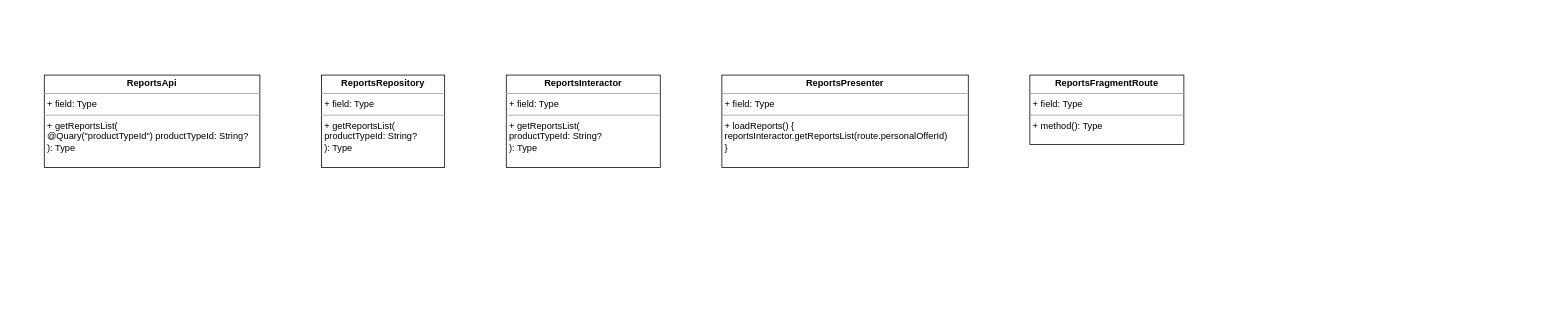
ShiryaevNikolay/diagrams keeps this draw.io diagram as UNI-14778.drawio. Above is the earlier version. Source tidied: cells renumbered, new cells numbered last; positions are measured from the earlier drawing's top-left corner, leaving out a move shared by most shapes. Both pictures are drawn from the tidied source at 77%, with x=0, y=0 at pixel (44, 75).
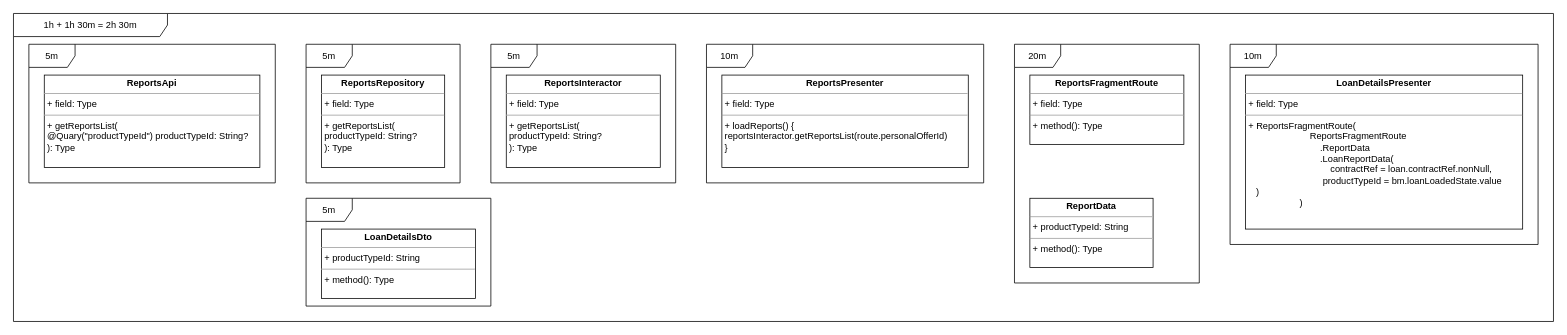
Above is the later version.

Diff of the diagram source:
```diff
@@
 <mxGraphModel>
   <root>
     <mxCell id="0" />
     <mxCell id="1" parent="0" />
     <mxCell id="2" value="&lt;p style=&quot;margin: 0px ; margin-top: 4px ; text-align: center&quot;&gt;&lt;b&gt;ReportsApi&lt;/b&gt;&lt;/p&gt;&lt;hr size=&quot;1&quot;&gt;&lt;p style=&quot;margin: 0px ; margin-left: 4px&quot;&gt;+ field: Type&lt;/p&gt;&lt;hr size=&quot;1&quot;&gt;&lt;p style=&quot;margin: 0px ; margin-left: 4px&quot;&gt;+ getReportsList(&lt;/p&gt;&lt;p style=&quot;margin: 0px ; margin-left: 4px&quot;&gt;@Quary(&quot;productTypeId&quot;) productTypeId: String?&lt;br&gt;&lt;/p&gt;&lt;p style=&quot;margin: 0px ; margin-left: 4px&quot;&gt;): Type&lt;/p&gt;" style="verticalAlign=top;align=left;overflow=fill;fontSize=12;fontFamily=Helvetica;html=1;" parent="1" vertex="1">
       <mxGeometry width="280" height="120" as="geometry" />
     </mxCell>
     <mxCell id="3" value="&lt;p style=&quot;margin: 0px ; margin-top: 4px ; text-align: center&quot;&gt;&lt;b&gt;ReportsRepository&lt;/b&gt;&lt;/p&gt;&lt;hr size=&quot;1&quot;&gt;&lt;p style=&quot;margin: 0px ; margin-left: 4px&quot;&gt;+ field: Type&lt;/p&gt;&lt;hr size=&quot;1&quot;&gt;&lt;p style=&quot;margin: 0px ; margin-left: 4px&quot;&gt;+ getReportsList(&lt;/p&gt;&lt;p style=&quot;margin: 0px ; margin-left: 4px&quot;&gt;productTypeId: String?&lt;br&gt;&lt;/p&gt;&lt;p style=&quot;margin: 0px ; margin-left: 4px&quot;&gt;): Type&lt;/p&gt;" style="verticalAlign=top;align=left;overflow=fill;fontSize=12;fontFamily=Helvetica;html=1;" parent="1" vertex="1">
       <mxGeometry x="360" width="160" height="120" as="geometry" />
     </mxCell>
     <mxCell id="4" value="&lt;p style=&quot;margin: 0px ; margin-top: 4px ; text-align: center&quot;&gt;&lt;b&gt;ReportsInteractor&lt;/b&gt;&lt;/p&gt;&lt;hr size=&quot;1&quot;&gt;&lt;p style=&quot;margin: 0px ; margin-left: 4px&quot;&gt;+ field: Type&lt;/p&gt;&lt;hr size=&quot;1&quot;&gt;&lt;p style=&quot;margin: 0px ; margin-left: 4px&quot;&gt;+ getReportsList(&lt;/p&gt;&lt;p style=&quot;margin: 0px ; margin-left: 4px&quot;&gt;productTypeId: String?&lt;br&gt;&lt;/p&gt;&lt;p style=&quot;margin: 0px ; margin-left: 4px&quot;&gt;): Type&lt;/p&gt;" style="verticalAlign=top;align=left;overflow=fill;fontSize=12;fontFamily=Helvetica;html=1;" parent="1" vertex="1">
       <mxGeometry x="600" width="200" height="120" as="geometry" />
     </mxCell>
     <mxCell id="5" value="&lt;p style=&quot;margin: 0px ; margin-top: 4px ; text-align: center&quot;&gt;&lt;b&gt;ReportsPresenter&lt;/b&gt;&lt;/p&gt;&lt;hr size=&quot;1&quot;&gt;&lt;p style=&quot;margin: 0px ; margin-left: 4px&quot;&gt;+ field: Type&lt;/p&gt;&lt;hr size=&quot;1&quot;&gt;&lt;p style=&quot;margin: 0px ; margin-left: 4px&quot;&gt;+ loadReports() {&lt;/p&gt;&lt;p style=&quot;margin: 0px ; margin-left: 4px&quot;&gt;reportsInteractor.getReportsList(route.personalOfferId)&lt;br&gt;&lt;/p&gt;&lt;p style=&quot;margin: 0px ; margin-left: 4px&quot;&gt;}&lt;br&gt;&lt;/p&gt;" style="verticalAlign=top;align=left;overflow=fill;fontSize=12;fontFamily=Helvetica;html=1;" parent="1" vertex="1">
       <mxGeometry x="880" width="320" height="120" as="geometry" />
     </mxCell>
     <mxCell id="6" value="&lt;p style=&quot;margin: 0px ; margin-top: 4px ; text-align: center&quot;&gt;&lt;b&gt;ReportsFragmentRoute&lt;/b&gt;&lt;/p&gt;&lt;hr size=&quot;1&quot;&gt;&lt;p style=&quot;margin: 0px ; margin-left: 4px&quot;&gt;+ field: Type&lt;/p&gt;&lt;hr size=&quot;1&quot;&gt;&lt;p style=&quot;margin: 0px ; margin-left: 4px&quot;&gt;+ method(): Type&lt;/p&gt;" style="verticalAlign=top;align=left;overflow=fill;fontSize=12;fontFamily=Helvetica;html=1;" parent="1" vertex="1">
       <mxGeometry x="1280" width="200" height="90" as="geometry" />
     </mxCell>
+    <mxCell id="7" value="&lt;p style=&quot;margin: 0px ; margin-top: 4px ; text-align: center&quot;&gt;&lt;b&gt;LoanDetailsDto&lt;/b&gt;&lt;/p&gt;&lt;hr size=&quot;1&quot;&gt;&lt;p style=&quot;margin: 0px ; margin-left: 4px&quot;&gt;+ productTypeId: String&lt;/p&gt;&lt;hr size=&quot;1&quot;&gt;&lt;p style=&quot;margin: 0px ; margin-left: 4px&quot;&gt;+ method(): Type&lt;/p&gt;" style="verticalAlign=top;align=left;overflow=fill;fontSize=12;fontFamily=Helvetica;html=1;" parent="1" vertex="1">
+      <mxGeometry x="360" y="200" width="200" height="90" as="geometry" />
+    </mxCell>
+    <mxCell id="8" value="&lt;p style=&quot;margin: 0px ; margin-top: 4px ; text-align: center&quot;&gt;&lt;b&gt;ReportData&lt;/b&gt;&lt;/p&gt;&lt;hr size=&quot;1&quot;&gt;&lt;p style=&quot;margin: 0px ; margin-left: 4px&quot;&gt;+ productTypeId: String&lt;/p&gt;&lt;hr size=&quot;1&quot;&gt;&lt;p style=&quot;margin: 0px ; margin-left: 4px&quot;&gt;+ method(): Type&lt;/p&gt;" style="verticalAlign=top;align=left;overflow=fill;fontSize=12;fontFamily=Helvetica;html=1;" parent="1" vertex="1">
+      <mxGeometry x="1280" y="160" width="160" height="90" as="geometry" />
+    </mxCell>
+    <mxCell id="9" value="&lt;p style=&quot;margin: 0px ; margin-top: 4px ; text-align: center&quot;&gt;&lt;b&gt;LoanDetailsPresenter&lt;/b&gt;&lt;/p&gt;&lt;hr size=&quot;1&quot;&gt;&lt;p style=&quot;margin: 0px ; margin-left: 4px&quot;&gt;+ field: Type&lt;/p&gt;&lt;hr size=&quot;1&quot;&gt;&lt;p style=&quot;margin: 0px ; margin-left: 4px&quot;&gt;+ ReportsFragmentRoute(&lt;br&gt;&amp;nbsp;&amp;nbsp;&amp;nbsp;&amp;nbsp;&amp;nbsp;&amp;nbsp;&amp;nbsp;&amp;nbsp;&amp;nbsp;&amp;nbsp;&amp;nbsp;&amp;nbsp;&amp;nbsp;&amp;nbsp;&amp;nbsp;&amp;nbsp;&amp;nbsp;&amp;nbsp;&amp;nbsp;&amp;nbsp;&amp;nbsp;&amp;nbsp;&amp;nbsp; ReportsFragmentRoute&lt;br&gt;&amp;nbsp;&amp;nbsp;&amp;nbsp;&amp;nbsp;&amp;nbsp;&amp;nbsp;&amp;nbsp;&amp;nbsp;&amp;nbsp;&amp;nbsp;&amp;nbsp;&amp;nbsp;&amp;nbsp;&amp;nbsp;&amp;nbsp;&amp;nbsp;&amp;nbsp;&amp;nbsp;&amp;nbsp;&amp;nbsp;&amp;nbsp;&amp;nbsp;&amp;nbsp;&amp;nbsp;&amp;nbsp;&amp;nbsp;&amp;nbsp; .ReportData&lt;br&gt;&amp;nbsp;&amp;nbsp;&amp;nbsp;&amp;nbsp;&amp;nbsp;&amp;nbsp;&amp;nbsp;&amp;nbsp;&amp;nbsp;&amp;nbsp;&amp;nbsp;&amp;nbsp;&amp;nbsp;&amp;nbsp;&amp;nbsp;&amp;nbsp;&amp;nbsp;&amp;nbsp;&amp;nbsp;&amp;nbsp;&amp;nbsp;&amp;nbsp;&amp;nbsp;&amp;nbsp;&amp;nbsp;&amp;nbsp;&amp;nbsp; .LoanReportData(&lt;br&gt;&amp;nbsp;&amp;nbsp;&amp;nbsp;&amp;nbsp;&amp;nbsp;&amp;nbsp;&amp;nbsp;&amp;nbsp;&amp;nbsp;&amp;nbsp;&amp;nbsp;&amp;nbsp;&amp;nbsp;&amp;nbsp;&amp;nbsp;&amp;nbsp;&amp;nbsp;&amp;nbsp;&amp;nbsp;&amp;nbsp;&amp;nbsp;&amp;nbsp;&amp;nbsp;&amp;nbsp;&amp;nbsp;&amp;nbsp;&amp;nbsp;&amp;nbsp;&amp;nbsp;&amp;nbsp;&amp;nbsp; contractRef = loan.contractRef.nonNull,&lt;/p&gt;&lt;p style=&quot;margin: 0px ; margin-left: 4px&quot;&gt;&amp;nbsp;&amp;nbsp;&amp;nbsp;&amp;nbsp;&amp;nbsp;&amp;nbsp;&amp;nbsp;&amp;nbsp;&amp;nbsp;&amp;nbsp;&amp;nbsp;&amp;nbsp;&amp;nbsp;&amp;nbsp;&amp;nbsp;&amp;nbsp;&amp;nbsp;&amp;nbsp;&amp;nbsp;&amp;nbsp;&amp;nbsp;&amp;nbsp;&amp;nbsp;&amp;nbsp;&amp;nbsp;&amp;nbsp;&amp;nbsp; &lt;span&gt; &lt;span style=&quot;white-space: pre&quot;&gt; &lt;/span&gt;productTypeId = bm.loanLoadedState.value&lt;/span&gt;&lt;br&gt;&lt;/p&gt;&lt;p style=&quot;margin: 0px ; margin-left: 4px&quot;&gt;&lt;span&gt; &lt;/span&gt;&lt;span&gt; &lt;/span&gt;&lt;span&gt; &lt;/span&gt;&lt;span style=&quot;white-space: pre&quot;&gt; &lt;/span&gt;&lt;span style=&quot;white-space: pre&quot;&gt; &lt;/span&gt;&lt;span style=&quot;white-space: pre&quot;&gt; &lt;/span&gt;)&lt;br&gt;&amp;nbsp;&amp;nbsp;&amp;nbsp;&amp;nbsp;&amp;nbsp;&amp;nbsp;&amp;nbsp;&amp;nbsp;&amp;nbsp;&amp;nbsp;&amp;nbsp;&amp;nbsp;&amp;nbsp;&amp;nbsp;&amp;nbsp;&amp;nbsp;&amp;nbsp;&amp;nbsp;&amp;nbsp; )&lt;/p&gt;" style="verticalAlign=top;align=left;overflow=fill;fontSize=12;fontFamily=Helvetica;html=1;" parent="1" vertex="1">
+      <mxGeometry x="1560" width="360" height="200" as="geometry" />
+    </mxCell>
+    <mxCell id="10" value="5m" style="shape=umlFrame;whiteSpace=wrap;html=1;" parent="1" vertex="1">
+      <mxGeometry x="-20" y="-40" width="320" height="180" as="geometry" />
+    </mxCell>
+    <mxCell id="11" value="5m" style="shape=umlFrame;whiteSpace=wrap;html=1;" parent="1" vertex="1">
+      <mxGeometry x="340" y="160" width="240" height="140" as="geometry" />
+    </mxCell>
+    <mxCell id="12" value="5m" style="shape=umlFrame;whiteSpace=wrap;html=1;" parent="1" vertex="1">
+      <mxGeometry x="340" y="-40" width="200" height="180" as="geometry" />
+    </mxCell>
+    <mxCell id="13" value="5m" style="shape=umlFrame;whiteSpace=wrap;html=1;" parent="1" vertex="1">
+      <mxGeometry x="580" y="-40" width="240" height="180" as="geometry" />
+    </mxCell>
+    <mxCell id="14" value="10m" style="shape=umlFrame;whiteSpace=wrap;html=1;" parent="1" vertex="1">
+      <mxGeometry x="860" y="-40" width="360" height="180" as="geometry" />
+    </mxCell>
+    <mxCell id="15" value="20m" style="shape=umlFrame;whiteSpace=wrap;html=1;" parent="1" vertex="1">
+      <mxGeometry x="1260" y="-40" width="240" height="310" as="geometry" />
+    </mxCell>
+    <mxCell id="16" value="10m" style="shape=umlFrame;whiteSpace=wrap;html=1;" parent="1" vertex="1">
+      <mxGeometry x="1540" y="-40" width="400" height="260" as="geometry" />
+    </mxCell>
+    <mxCell id="17" value="1h + 1h 30m = 2h 30m" style="shape=umlFrame;whiteSpace=wrap;html=1;width=200;height=30;" parent="1" vertex="1">
+      <mxGeometry x="-40" y="-80" width="2000" height="400" as="geometry" />
+    </mxCell>
   </root>
 </mxGraphModel>
```
